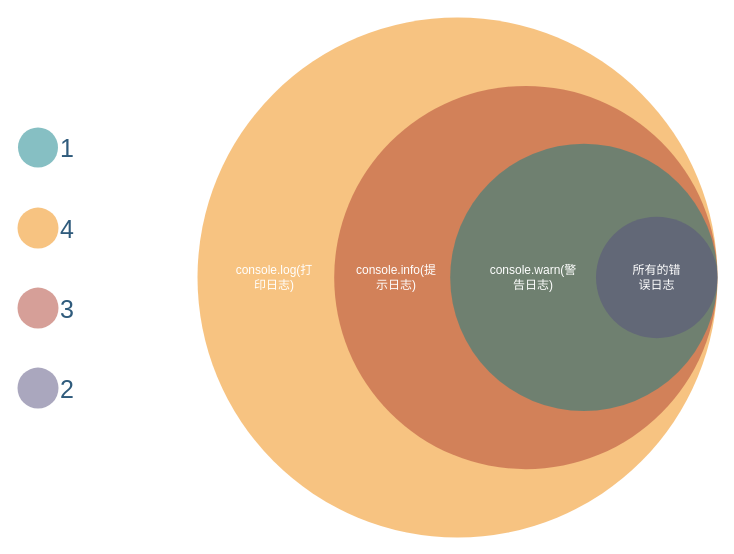
Above: images/日志级别.drawio in yue1123/yue1123 (draw.io), before the change. Source tidied: cells renumbered, new cells numbered last; positions are measured from the earlier drawing's top-left corner, leaving out a move shared by most shapes. Both pictures are drawn from the tidied source at 100%, with x=0, y=0 at pixel (17, 17).
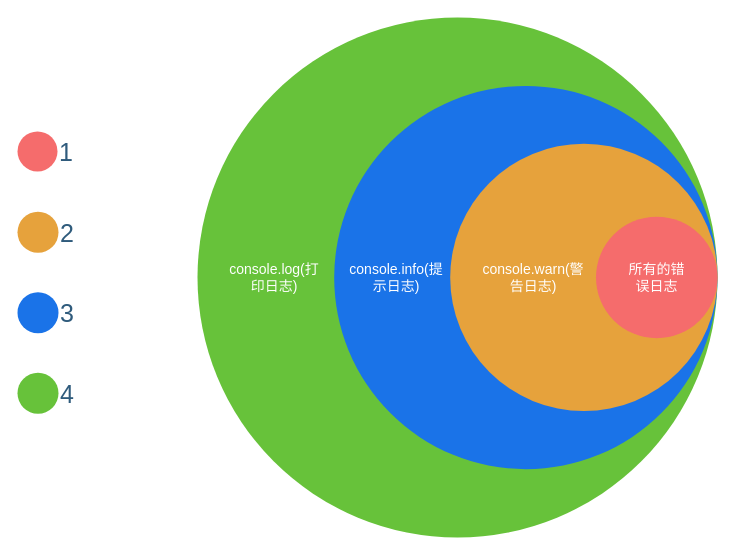
After the change.

Commit message:
更新日志级别.drawio

Diff of the diagram source:
```diff
@@
 <mxGraphModel>
   <root>
     <mxCell id="0" />
     <mxCell id="1" parent="0" />
     <mxCell id="2" style="group;" parent="1" vertex="1">
       <mxGeometry x="180" width="520" height="520" as="geometry" />
     </mxCell>
-    <mxCell id="3" style="ellipse;whiteSpace=wrap;html=1;rounded=1;shadow=0;glass=0;labelBackgroundColor=#FFFFFF;strokeColor=none;strokeWidth=2;fillColor=#F08705;gradientColor=none;fontFamily=Helvetica;fontSize=25;fontColor=#2F5B7C;align=center;opacity=50;" parent="2" vertex="1">
+    <mxCell id="3" style="ellipse;whiteSpace=wrap;html=1;rounded=1;shadow=0;glass=0;labelBackgroundColor=#FFFFFF;strokeColor=none;strokeWidth=2;fillColor=#67c23a;gradientColor=none;fontFamily=Helvetica;fontSize=25;fontColor=#2F5B7C;align=center;" parent="2" vertex="1">
       <mxGeometry width="520" height="520" as="geometry" />
     </mxCell>
-    <mxCell id="4" style="ellipse;whiteSpace=wrap;html=1;rounded=1;shadow=0;glass=0;labelBackgroundColor=none;strokeColor=none;strokeWidth=2;fillColor=#AE4132;gradientColor=none;fontFamily=Helvetica;fontSize=25;fontColor=#2F5B7C;align=center;opacity=50;labelPosition=right;verticalLabelPosition=middle;verticalAlign=middle;" parent="2" vertex="1">
+    <mxCell id="4" style="ellipse;whiteSpace=wrap;html=1;rounded=1;shadow=0;glass=0;labelBackgroundColor=none;strokeColor=none;strokeWidth=2;fillColor=#1a73e8;gradientColor=none;fontFamily=Helvetica;fontSize=25;fontColor=#44C2DB;align=center;labelPosition=right;verticalLabelPosition=middle;verticalAlign=middle;" parent="2" vertex="1">
       <mxGeometry x="136.7" y="68.4" width="383.3" height="383.3" as="geometry" />
     </mxCell>
-    <mxCell id="5" style="ellipse;whiteSpace=wrap;html=1;rounded=1;shadow=0;glass=0;labelBackgroundColor=none;strokeColor=none;strokeWidth=2;fillColor=#0E8088;gradientColor=none;fontFamily=Helvetica;fontSize=25;fontColor=#2F5B7C;align=center;opacity=50;labelPosition=right;verticalLabelPosition=middle;verticalAlign=middle;" parent="2" vertex="1">
+    <mxCell id="5" style="ellipse;whiteSpace=wrap;html=1;rounded=1;shadow=0;glass=0;labelBackgroundColor=none;strokeColor=none;strokeWidth=2;fillColor=#e6a23c;gradientColor=none;fontFamily=Helvetica;fontSize=25;fontColor=#2F5B7C;align=center;labelPosition=right;verticalLabelPosition=middle;verticalAlign=middle;" parent="2" vertex="1">
       <mxGeometry x="252.7" y="126.3" width="267.3" height="267.3" as="geometry" />
     </mxCell>
-    <mxCell id="6" style="ellipse;whiteSpace=wrap;html=1;rounded=1;shadow=0;glass=0;labelBackgroundColor=#FFFFFF;strokeColor=none;strokeWidth=2;fillColor=#56517E;gradientColor=none;fontFamily=Helvetica;fontSize=25;fontColor=#2F5B7C;align=center;opacity=50;" parent="2" vertex="1">
+    <mxCell id="6" style="ellipse;whiteSpace=wrap;html=1;rounded=1;shadow=0;glass=0;labelBackgroundColor=#FFFFFF;strokeColor=none;strokeWidth=2;fillColor=#f56c6c;gradientColor=none;fontFamily=Helvetica;fontSize=25;fontColor=#2F5B7C;align=center;" parent="2" vertex="1">
       <mxGeometry x="398.5" y="199.2" width="121.5" height="121.5" as="geometry" />
     </mxCell>
     <mxCell id="7" style="group;" parent="2" vertex="1">
-      <mxGeometry x="-180" y="110" width="41" height="281.1" as="geometry" />
+      <mxGeometry x="-180" y="70" width="41" height="411.1" as="geometry" />
     </mxCell>
-    <mxCell id="8" value="1" style="ellipse;whiteSpace=wrap;html=1;rounded=1;shadow=0;glass=0;labelBackgroundColor=none;strokeColor=none;strokeWidth=2;fillColor=#0E8088;gradientColor=none;fontFamily=Helvetica;fontSize=25;fontColor=#2F5B7C;align=left;opacity=50;labelPosition=right;verticalLabelPosition=middle;verticalAlign=middle;" parent="7" vertex="1">
-      <mxGeometry x="0.5" width="40" height="40" as="geometry" />
+    <mxCell id="8" value="1" style="ellipse;whiteSpace=wrap;html=1;rounded=1;shadow=0;glass=0;labelBackgroundColor=none;strokeColor=none;strokeWidth=2;fillColor=#f56c6c;gradientColor=none;fontFamily=Helvetica;fontSize=25;fontColor=#2F5B7C;align=left;labelPosition=right;verticalLabelPosition=middle;verticalAlign=middle;" parent="7" vertex="1">
+      <mxGeometry y="43.9" width="40" height="40" as="geometry" />
     </mxCell>
-    <mxCell id="9" value="2" style="ellipse;whiteSpace=wrap;html=1;rounded=1;shadow=0;glass=0;labelBackgroundColor=none;strokeColor=none;strokeWidth=2;fillColor=#56517E;gradientColor=none;fontFamily=Helvetica;fontSize=25;fontColor=#2F5B7C;align=left;opacity=50;labelPosition=right;verticalLabelPosition=middle;verticalAlign=middle;" parent="7" vertex="1">
-      <mxGeometry y="240.1" width="41" height="41" as="geometry" />
+    <mxCell id="9" value="2" style="ellipse;whiteSpace=wrap;html=1;rounded=1;shadow=0;glass=0;labelBackgroundColor=none;strokeColor=none;strokeWidth=2;fillColor=#e6a23c;gradientColor=none;fontFamily=Helvetica;fontSize=25;fontColor=#2F5B7C;align=left;labelPosition=right;verticalLabelPosition=middle;verticalAlign=middle;" parent="7" vertex="1">
+      <mxGeometry y="124.3" width="41" height="41" as="geometry" />
     </mxCell>
+    <mxCell id="11" value="3" style="ellipse;whiteSpace=wrap;html=1;rounded=1;shadow=0;glass=0;labelBackgroundColor=none;strokeColor=none;strokeWidth=2;fillColor=#1a73e8;gradientColor=none;fontFamily=Helvetica;fontSize=25;fontColor=#2F5B7C;align=left;labelPosition=right;verticalLabelPosition=middle;verticalAlign=middle;" parent="7" vertex="1">
+      <mxGeometry y="204.7" width="41" height="41" as="geometry" />
+    </mxCell>
-    <mxCell id="10" value="4" style="ellipse;whiteSpace=wrap;html=1;rounded=1;shadow=0;glass=0;labelBackgroundColor=none;strokeColor=none;strokeWidth=2;fillColor=#F08705;gradientColor=none;fontFamily=Helvetica;fontSize=25;fontColor=#2F5B7C;align=left;opacity=50;labelPosition=right;verticalLabelPosition=middle;verticalAlign=middle;" parent="7" vertex="1">
-      <mxGeometry y="80.1" width="41" height="41" as="geometry" />
+    <mxCell id="10" value="4" style="ellipse;whiteSpace=wrap;html=1;rounded=1;shadow=0;glass=0;labelBackgroundColor=none;strokeColor=none;strokeWidth=2;fillColor=#67c23a;gradientColor=none;fontFamily=Helvetica;fontSize=25;fontColor=#2F5B7C;align=left;labelPosition=right;verticalLabelPosition=middle;verticalAlign=middle;" parent="7" vertex="1">
+      <mxGeometry y="285.2" width="41" height="41" as="geometry" />
     </mxCell>
-    <mxCell id="11" value="3" style="ellipse;whiteSpace=wrap;html=1;rounded=1;shadow=0;glass=0;labelBackgroundColor=none;strokeColor=none;strokeWidth=2;fillColor=#AE4132;gradientColor=none;fontFamily=Helvetica;fontSize=25;fontColor=#2F5B7C;align=left;opacity=50;labelPosition=right;verticalLabelPosition=middle;verticalAlign=middle;" parent="7" vertex="1">
-      <mxGeometry y="160.1" width="41" height="41" as="geometry" />
-    </mxCell>
-    <mxCell id="12" value="所有的错误日志" style="text;html=1;strokeColor=none;fillColor=none;align=center;verticalAlign=middle;whiteSpace=wrap;rounded=0;fontColor=#FFFFFF;" parent="2" vertex="1">
+    <mxCell id="12" value="所有的错误日志" style="text;html=1;strokeColor=none;fillColor=none;align=center;verticalAlign=middle;whiteSpace=wrap;rounded=0;fontColor=#FFFFFF;fontSize=14;" parent="2" vertex="1">
       <mxGeometry x="429.6" y="245" width="59.2" height="30" as="geometry" />
     </mxCell>
-    <mxCell id="13" value="console.warn(警告日志)" style="text;html=1;strokeColor=none;fillColor=none;align=center;verticalAlign=middle;whiteSpace=wrap;rounded=0;fontColor=#FFFFFF;" parent="2" vertex="1">
+    <mxCell id="13" value="console.warn(警告日志)" style="text;html=1;strokeColor=none;fillColor=none;align=center;verticalAlign=middle;whiteSpace=wrap;rounded=0;fontColor=#FFFFFF;fontSize=14;" parent="2" vertex="1">
       <mxGeometry x="306" y="235" width="60" height="50" as="geometry" />
     </mxCell>
-    <mxCell id="14" value="console.info(提示日志)" style="text;html=1;strokeColor=none;fillColor=none;align=center;verticalAlign=middle;whiteSpace=wrap;rounded=0;fontColor=#FFFFFF;" parent="2" vertex="1">
+    <mxCell id="14" value="console.info(提示日志)" style="text;html=1;strokeColor=none;fillColor=none;align=center;verticalAlign=middle;whiteSpace=wrap;rounded=0;fontColor=#FFFFFF;fontSize=14;" parent="2" vertex="1">
       <mxGeometry x="179" y="250" width="40" height="20" as="geometry" />
     </mxCell>
-    <mxCell id="15" value="console.log(打印日志)" style="text;html=1;strokeColor=none;fillColor=none;align=center;verticalAlign=middle;whiteSpace=wrap;rounded=0;fontColor=#FFFFFF;" parent="2" vertex="1">
+    <mxCell id="15" value="console.log(打印日志)" style="text;html=1;strokeColor=none;fillColor=none;align=center;verticalAlign=middle;whiteSpace=wrap;rounded=0;fontColor=#FFFFFF;fontSize=14;" parent="2" vertex="1">
       <mxGeometry x="37" y="240" width="80" height="40" as="geometry" />
     </mxCell>
   </root>
 </mxGraphModel>
```
